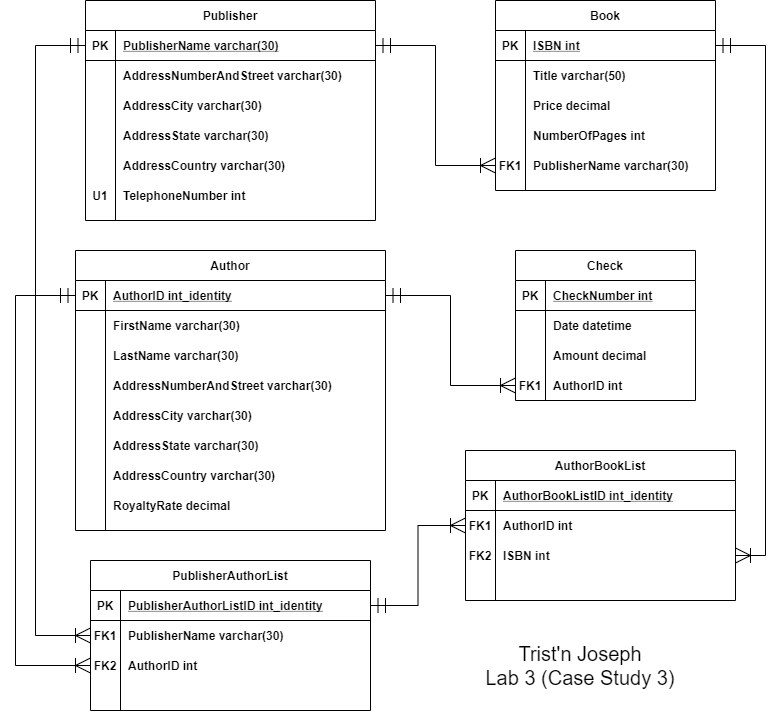
Before: Lab 3/Lab 03 - Logical Modeling (Case Study 3).png, a diagram exported from draw.io (trisxcj1/SyracuseUniversity_IST659). Source tidied: cells renumbered, new cells last; positions are measured from the earlier drawing's top-left corner, leaving out a move shared by most shapes.
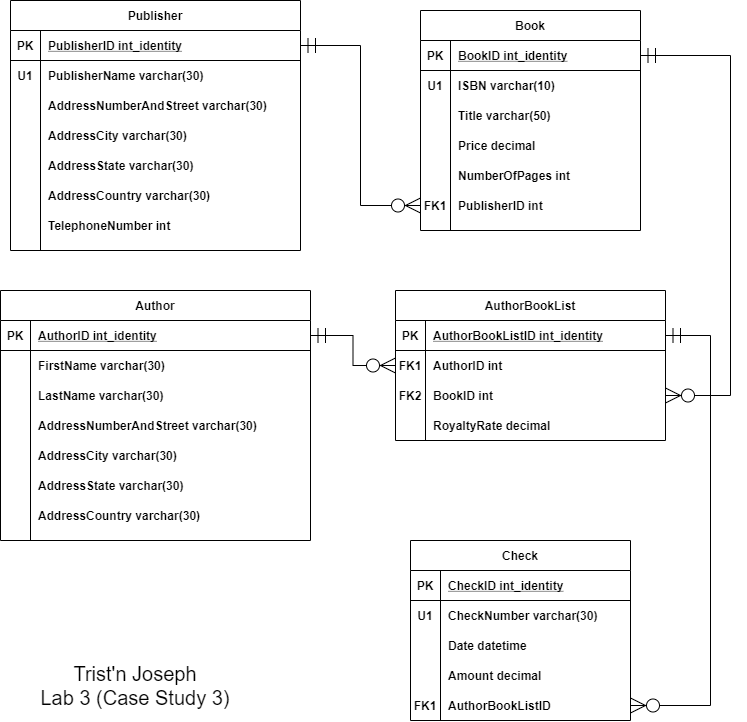
The same file after the commit.

Commit message:
I think this is correct based on live sesh 2 with G Block

Change to the diagram source:
```diff
@@ -5,3 +5,3 @@
     <mxCell id="2" value="Publisher" style="shape=table;startSize=30;rowLines=0;fontStyle=1;align=center;" parent="1" vertex="1">
-      <mxGeometry x="70" width="290" height="220" as="geometry" />
+      <mxGeometry x="70" y="-10" width="290" height="250" as="geometry" />
     </mxCell>
@@ -13,3 +13,3 @@
     </mxCell>
-    <mxCell id="5" value="PublisherName varchar(30)" style="shape=partialRectangle;fillColor=none;top=0;left=0;bottom=0;right=0;align=left;spacingLeft=6;fontStyle=5;overflow=hidden;" parent="3" vertex="1">
+    <mxCell id="5" value="PublisherID int_identity" style="shape=partialRectangle;fillColor=none;top=0;left=0;bottom=0;right=0;align=left;spacingLeft=6;fontStyle=5;overflow=hidden;" parent="3" vertex="1">
       <mxGeometry x="30" width="260" height="30" as="geometry" />
@@ -19,10 +19,19 @@
     </mxCell>
-    <mxCell id="7" style="shape=partialRectangle;fillColor=none;top=0;left=0;bottom=0;right=0;overflow=hidden;" parent="6" vertex="1">
+    <mxCell id="7" value="U1" style="shape=partialRectangle;fillColor=none;top=0;left=0;bottom=0;right=0;overflow=hidden;fontStyle=1;" parent="6" vertex="1">
       <mxGeometry width="30" height="30" as="geometry" />
     </mxCell>
-    <mxCell id="8" value="AddressNumberAndStreet varchar(30)" style="shape=partialRectangle;fillColor=none;top=0;left=0;bottom=0;right=0;align=left;spacingLeft=6;overflow=hidden;fontStyle=1;" parent="6" vertex="1">
+    <mxCell id="8" value="PublisherName varchar(30)" style="shape=partialRectangle;fillColor=none;top=0;left=0;bottom=0;right=0;align=left;spacingLeft=6;overflow=hidden;fontStyle=1;" parent="6" vertex="1">
       <mxGeometry x="30" width="260" height="30" as="geometry" />
     </mxCell>
+    <mxCell id="108" style="shape=partialRectangle;fillColor=none;top=0;left=0;bottom=0;right=0;" parent="2" vertex="1">
+      <mxGeometry y="90" width="290" height="30" as="geometry" />
+    </mxCell>
+    <mxCell id="109" style="shape=partialRectangle;fillColor=none;top=0;left=0;bottom=0;right=0;overflow=hidden;" parent="108" vertex="1">
+      <mxGeometry width="30" height="30" as="geometry" />
+    </mxCell>
+    <mxCell id="110" value="AddressNumberAndStreet varchar(30)" style="shape=partialRectangle;fillColor=none;top=0;left=0;bottom=0;right=0;align=left;spacingLeft=6;overflow=hidden;fontStyle=1;" parent="108" vertex="1">
+      <mxGeometry x="30" width="260" height="30" as="geometry" />
+    </mxCell>
     <mxCell id="9" style="shape=partialRectangle;fillColor=none;top=0;left=0;bottom=0;right=0;" parent="2" vertex="1">
-      <mxGeometry y="90" width="290" height="30" as="geometry" />
+      <mxGeometry y="120" width="290" height="30" as="geometry" />
     </mxCell>
@@ -35,3 +44,3 @@
     <mxCell id="12" style="shape=partialRectangle;fillColor=none;top=0;left=0;bottom=0;right=0;" parent="2" vertex="1">
-      <mxGeometry y="120" width="290" height="30" as="geometry" />
+      <mxGeometry y="150" width="290" height="30" as="geometry" />
     </mxCell>
@@ -44,3 +53,3 @@
     <mxCell id="15" style="shape=partialRectangle;fillColor=none;top=0;left=0;bottom=0;right=0;" parent="2" vertex="1">
-      <mxGeometry y="150" width="290" height="30" as="geometry" />
+      <mxGeometry y="180" width="290" height="30" as="geometry" />
     </mxCell>
@@ -53,5 +62,5 @@
     <mxCell id="18" style="shape=partialRectangle;fillColor=none;top=0;left=0;bottom=0;right=0;" parent="2" vertex="1">
-      <mxGeometry y="180" width="290" height="30" as="geometry" />
+      <mxGeometry y="210" width="290" height="30" as="geometry" />
     </mxCell>
-    <mxCell id="19" value="U1" style="shape=partialRectangle;fillColor=none;top=0;left=0;bottom=0;right=0;overflow=hidden;fontStyle=1;" parent="18" vertex="1">
+    <mxCell id="19" style="shape=partialRectangle;fillColor=none;top=0;left=0;bottom=0;right=0;overflow=hidden;fontStyle=1;" parent="18" vertex="1">
       <mxGeometry width="30" height="30" as="geometry" />
@@ -62,3 +71,3 @@
     <mxCell id="21" value="Author" style="shape=table;startSize=30;rowLines=0;fontStyle=1;align=center;" parent="1" vertex="1">
-      <mxGeometry x="60" y="250" width="310" height="280" as="geometry" />
+      <mxGeometry x="60" y="280" width="310" height="250" as="geometry" />
     </mxCell>
@@ -127,13 +136,4 @@
     </mxCell>
-    <mxCell id="43" style="shape=partialRectangle;fillColor=none;top=0;left=0;bottom=0;right=0;" parent="21" vertex="1">
-      <mxGeometry y="240" width="310" height="30" as="geometry" />
-    </mxCell>
-    <mxCell id="44" style="shape=partialRectangle;fillColor=none;top=0;left=0;bottom=0;right=0;overflow=hidden;" parent="43" vertex="1">
-      <mxGeometry width="30" height="30" as="geometry" />
-    </mxCell>
-    <mxCell id="45" value="RoyaltyRate decimal" style="shape=partialRectangle;fillColor=none;top=0;left=0;bottom=0;right=0;align=left;spacingLeft=6;overflow=hidden;fontStyle=1;" parent="43" vertex="1">
-      <mxGeometry x="30" width="280" height="30" as="geometry" />
-    </mxCell>
     <mxCell id="46" value="Book" style="shape=table;startSize=30;rowLines=0;fontStyle=1;align=center;" parent="1" vertex="1">
-      <mxGeometry x="480" width="220" height="190" as="geometry" />
+      <mxGeometry x="480" width="220" height="220" as="geometry" />
     </mxCell>
@@ -145,3 +145,3 @@
     </mxCell>
-    <mxCell id="49" value="ISBN int" style="shape=partialRectangle;fillColor=none;top=0;left=0;bottom=0;right=0;align=left;spacingLeft=6;fontStyle=5;overflow=hidden;" parent="47" vertex="1">
+    <mxCell id="49" value="BookID int_identity" style="shape=partialRectangle;fillColor=none;top=0;left=0;bottom=0;right=0;align=left;spacingLeft=6;fontStyle=5;overflow=hidden;" parent="47" vertex="1">
       <mxGeometry x="30" width="190" height="30" as="geometry" />
@@ -151,10 +151,19 @@
     </mxCell>
-    <mxCell id="51" style="shape=partialRectangle;fillColor=none;top=0;left=0;bottom=0;right=0;overflow=hidden;" parent="50" vertex="1">
+    <mxCell id="51" value="U1" style="shape=partialRectangle;fillColor=none;top=0;left=0;bottom=0;right=0;overflow=hidden;fontStyle=1;" parent="50" vertex="1">
       <mxGeometry width="30" height="30" as="geometry" />
     </mxCell>
-    <mxCell id="52" value="Title varchar(50)" style="shape=partialRectangle;fillColor=none;top=0;left=0;bottom=0;right=0;align=left;spacingLeft=6;overflow=hidden;fontStyle=1;" parent="50" vertex="1">
+    <mxCell id="52" value="ISBN varchar(10)" style="shape=partialRectangle;fillColor=none;top=0;left=0;bottom=0;right=0;align=left;spacingLeft=6;overflow=hidden;fontStyle=1;" parent="50" vertex="1">
       <mxGeometry x="30" width="190" height="30" as="geometry" />
     </mxCell>
+    <mxCell id="111" style="shape=partialRectangle;fillColor=none;top=0;left=0;bottom=0;right=0;" parent="46" vertex="1">
+      <mxGeometry y="90" width="220" height="30" as="geometry" />
+    </mxCell>
+    <mxCell id="112" style="shape=partialRectangle;fillColor=none;top=0;left=0;bottom=0;right=0;overflow=hidden;" parent="111" vertex="1">
+      <mxGeometry width="30" height="30" as="geometry" />
+    </mxCell>
+    <mxCell id="113" value="Title varchar(50)" style="shape=partialRectangle;fillColor=none;top=0;left=0;bottom=0;right=0;align=left;spacingLeft=6;overflow=hidden;fontStyle=1;" parent="111" vertex="1">
+      <mxGeometry x="30" width="190" height="30" as="geometry" />
+    </mxCell>
     <mxCell id="53" style="shape=partialRectangle;fillColor=none;top=0;left=0;bottom=0;right=0;" parent="46" vertex="1">
-      <mxGeometry y="90" width="220" height="30" as="geometry" />
+      <mxGeometry y="120" width="220" height="30" as="geometry" />
     </mxCell>
@@ -167,3 +176,3 @@
     <mxCell id="56" style="shape=partialRectangle;fillColor=none;top=0;left=0;bottom=0;right=0;" parent="46" vertex="1">
-      <mxGeometry y="120" width="220" height="30" as="geometry" />
+      <mxGeometry y="150" width="220" height="30" as="geometry" />
     </mxCell>
@@ -176,3 +185,3 @@
     <mxCell id="59" style="shape=partialRectangle;fillColor=none;top=0;left=0;bottom=0;right=0;points=[[0,0.5],[1,0.5]];portConstraint=eastwest;" parent="46" vertex="1">
-      <mxGeometry y="150" width="220" height="30" as="geometry" />
+      <mxGeometry y="180" width="220" height="30" as="geometry" />
     </mxCell>
@@ -181,3 +190,3 @@
     </mxCell>
-    <mxCell id="61" value="PublisherName varchar(30)" style="shape=partialRectangle;fillColor=none;top=0;left=0;bottom=0;right=0;align=left;spacingLeft=6;overflow=hidden;fontStyle=1;" parent="59" vertex="1">
+    <mxCell id="61" value="PublisherID int" style="shape=partialRectangle;fillColor=none;top=0;left=0;bottom=0;right=0;align=left;spacingLeft=6;overflow=hidden;fontStyle=1;" parent="59" vertex="1">
       <mxGeometry x="30" width="190" height="30" as="geometry" />
@@ -185,6 +194,6 @@
     <mxCell id="62" value="Check" style="shape=table;startSize=30;rowLines=0;fontStyle=1;align=center;" parent="1" vertex="1">
-      <mxGeometry x="500" y="250" width="180" height="150" as="geometry" />
+      <mxGeometry x="470" y="530" width="220" height="180" as="geometry" />
     </mxCell>
     <mxCell id="63" style="shape=partialRectangle;fillColor=none;top=0;left=0;bottom=1;right=0;" parent="62" vertex="1">
-      <mxGeometry y="30" width="180" height="30" as="geometry" />
+      <mxGeometry y="30" width="220" height="30" as="geometry" />
     </mxCell>
@@ -193,7 +202,16 @@
     </mxCell>
-    <mxCell id="65" value="CheckNumber int" style="shape=partialRectangle;fillColor=none;top=0;left=0;bottom=0;right=0;align=left;spacingLeft=6;fontStyle=5;overflow=hidden;" parent="63" vertex="1">
-      <mxGeometry x="30" width="150" height="30" as="geometry" />
+    <mxCell id="65" value="CheckID int_identity" style="shape=partialRectangle;fillColor=none;top=0;left=0;bottom=0;right=0;align=left;spacingLeft=6;fontStyle=5;overflow=hidden;" parent="63" vertex="1">
+      <mxGeometry x="30" width="190" height="30" as="geometry" />
     </mxCell>
+    <mxCell id="114" style="shape=partialRectangle;fillColor=none;top=0;left=0;bottom=0;right=0;" parent="62" vertex="1">
+      <mxGeometry y="60" width="220" height="30" as="geometry" />
+    </mxCell>
+    <mxCell id="115" value="U1" style="shape=partialRectangle;fillColor=none;top=0;left=0;bottom=0;right=0;overflow=hidden;fontStyle=1;" parent="114" vertex="1">
+      <mxGeometry width="30" height="30" as="geometry" />
+    </mxCell>
+    <mxCell id="116" value="CheckNumber varchar(30)" style="shape=partialRectangle;fillColor=none;top=0;left=0;bottom=0;right=0;align=left;spacingLeft=6;overflow=hidden;fontStyle=1;" parent="114" vertex="1">
+      <mxGeometry x="30" width="190" height="30" as="geometry" />
+    </mxCell>
     <mxCell id="66" style="shape=partialRectangle;fillColor=none;top=0;left=0;bottom=0;right=0;" parent="62" vertex="1">
-      <mxGeometry y="60" width="180" height="30" as="geometry" />
+      <mxGeometry y="90" width="220" height="30" as="geometry" />
     </mxCell>
@@ -203,6 +221,6 @@
     <mxCell id="68" value="Date datetime" style="shape=partialRectangle;fillColor=none;top=0;left=0;bottom=0;right=0;align=left;spacingLeft=6;overflow=hidden;fontStyle=1;" parent="66" vertex="1">
-      <mxGeometry x="30" width="150" height="30" as="geometry" />
+      <mxGeometry x="30" width="190" height="30" as="geometry" />
     </mxCell>
     <mxCell id="69" style="shape=partialRectangle;fillColor=none;top=0;left=0;bottom=0;right=0;" parent="62" vertex="1">
-      <mxGeometry y="90" width="180" height="30" as="geometry" />
+      <mxGeometry y="120" width="220" height="30" as="geometry" />
     </mxCell>
@@ -212,76 +230,15 @@
     <mxCell id="71" value="Amount decimal" style="shape=partialRectangle;fillColor=none;top=0;left=0;bottom=0;right=0;align=left;spacingLeft=6;overflow=hidden;fontStyle=1;" parent="69" vertex="1">
-      <mxGeometry x="30" width="150" height="30" as="geometry" />
+      <mxGeometry x="30" width="190" height="30" as="geometry" />
     </mxCell>
-    <mxCell id="72" style="shape=partialRectangle;fillColor=none;top=0;left=0;bottom=0;right=0;points=[[0,0.5],[1,0.5]];portConstraint=eastwest;" parent="62" vertex="1">
-      <mxGeometry y="120" width="180" height="30" as="geometry" />
-    </mxCell>
-    <mxCell id="73" value="FK1" style="shape=partialRectangle;fillColor=none;top=0;left=0;bottom=0;right=0;overflow=hidden;fontStyle=1;" parent="72" vertex="1">
-      <mxGeometry width="30" height="30" as="geometry" />
-    </mxCell>
-    <mxCell id="74" value="AuthorID int" style="shape=partialRectangle;fillColor=none;top=0;left=0;bottom=0;right=0;align=left;spacingLeft=6;overflow=hidden;fontStyle=1;" parent="72" vertex="1">
-      <mxGeometry x="30" width="150" height="30" as="geometry" />
-    </mxCell>
-    <mxCell id="75" value="PublisherAuthorList" style="shape=table;startSize=30;rowLines=0;fontStyle=1;align=center;" parent="1" vertex="1">
-      <mxGeometry x="75" y="560" width="280" height="150" as="geometry" />
-    </mxCell>
-    <mxCell id="76" style="shape=partialRectangle;fillColor=none;top=0;left=0;bottom=1;right=0;points=[[0,0.5],[1,0.5]];portConstraint=eastwest;" parent="75" vertex="1">
-      <mxGeometry y="30" width="280" height="30" as="geometry" />
-    </mxCell>
-    <mxCell id="77" value="PK" style="shape=partialRectangle;fillColor=none;top=0;left=0;bottom=0;right=0;fontStyle=1;overflow=hidden;" parent="76" vertex="1">
-      <mxGeometry width="30" height="30" as="geometry" />
-    </mxCell>
-    <mxCell id="78" value="PublisherAuthorListID int_identity" style="shape=partialRectangle;fillColor=none;top=0;left=0;bottom=0;right=0;align=left;spacingLeft=6;fontStyle=5;overflow=hidden;" parent="76" vertex="1">
-      <mxGeometry x="30" width="250" height="30" as="geometry" />
-    </mxCell>
-    <mxCell id="79" style="shape=partialRectangle;fillColor=none;top=0;left=0;bottom=0;right=0;points=[[0,0.5],[1,0.5]];portConstraint=eastwest;" parent="75" vertex="1">
-      <mxGeometry y="60" width="280" height="30" as="geometry" />
-    </mxCell>
-    <mxCell id="80" value="FK1" style="shape=partialRectangle;fillColor=none;top=0;left=0;bottom=0;right=0;overflow=hidden;fontStyle=1;" parent="79" vertex="1">
-      <mxGeometry width="30" height="30" as="geometry" />
-    </mxCell>
-    <mxCell id="81" value="PublisherName varchar(30)" style="shape=partialRectangle;fillColor=none;top=0;left=0;bottom=0;right=0;align=left;spacingLeft=6;overflow=hidden;fontStyle=1;" parent="79" vertex="1">
-      <mxGeometry x="30" width="250" height="30" as="geometry" />
-    </mxCell>
-    <mxCell id="82" style="shape=partialRectangle;fillColor=none;top=0;left=0;bottom=0;right=0;points=[[0,0.5],[1,0.5]];portConstraint=eastwest;" parent="75" vertex="1">
-      <mxGeometry y="90" width="280" height="30" as="geometry" />
-    </mxCell>
-    <mxCell id="83" value="FK2" style="shape=partialRectangle;fillColor=none;top=0;left=0;bottom=0;right=0;overflow=hidden;fontStyle=1;" parent="82" vertex="1">
-      <mxGeometry width="30" height="30" as="geometry" />
-    </mxCell>
-    <mxCell id="84" value="AuthorID int" style="shape=partialRectangle;fillColor=none;top=0;left=0;bottom=0;right=0;align=left;spacingLeft=6;overflow=hidden;fontStyle=1;" parent="82" vertex="1">
-      <mxGeometry x="30" width="250" height="30" as="geometry" />
-    </mxCell>
-    <mxCell id="85" style="shape=partialRectangle;fillColor=none;top=0;left=0;bottom=0;right=0;" parent="75" vertex="1">
-      <mxGeometry y="120" width="280" height="30" as="geometry" />
-    </mxCell>
-    <mxCell id="86" style="shape=partialRectangle;fillColor=none;top=0;left=0;bottom=0;right=0;overflow=hidden;" parent="85" vertex="1">
-      <mxGeometry width="30" height="30" as="geometry" />
-    </mxCell>
-    <mxCell id="87" style="shape=partialRectangle;fillColor=none;top=0;left=0;bottom=0;right=0;align=left;spacingLeft=6;overflow=hidden;" parent="85" vertex="1">
-      <mxGeometry x="30" width="250" height="30" as="geometry" />
-    </mxCell>
-    <mxCell id="88" style="edgeStyle=orthogonalEdgeStyle;rounded=0;jettySize=auto;html=1;startArrow=ERmandOne;startFill=0;endSize=13;startSize=13;endArrow=ERoneToMany;endFill=0;" parent="1" edge="1" source="3" target="79">
-      <mxGeometry relative="1" as="geometry">
-        <Array as="points">
-          <mxPoint x="20" y="45" />
-          <mxPoint x="20" y="635" />
-        </Array>
-      </mxGeometry>
-    </mxCell>
-    <mxCell id="89" style="edgeStyle=orthogonalEdgeStyle;rounded=0;jettySize=auto;html=1;startArrow=ERmandOne;startFill=0;endArrow=ERoneToMany;endFill=0;endSize=13;startSize=13;" parent="1" edge="1" source="22" target="82">
-      <mxGeometry relative="1" as="geometry">
-        <Array as="points">
-          <mxPoint y="295" />
-          <mxPoint y="665" />
-        </Array>
-      </mxGeometry>
-    </mxCell>
-    <mxCell id="90" style="edgeStyle=orthogonalEdgeStyle;rounded=0;jettySize=auto;html=1;startArrow=ERmandOne;startFill=0;startSize=13;endArrow=ERoneToMany;endFill=0;endSize=13;" parent="1" edge="1" source="3" target="59">
-      <mxGeometry relative="1" as="geometry" />
-    </mxCell>
-    <mxCell id="91" style="edgeStyle=orthogonalEdgeStyle;rounded=0;jettySize=auto;html=1;startArrow=ERmandOne;startFill=0;startSize=13;endArrow=ERoneToMany;endFill=0;endSize=13;" parent="1" edge="1" source="22" target="72">
-      <mxGeometry relative="1" as="geometry" />
-    </mxCell>
+    <mxCell id="117" style="shape=partialRectangle;fillColor=none;top=0;left=0;bottom=0;right=0;points=[[0,0.5],[1,0.5]];portConstraint=eastwest;" parent="62" vertex="1">
+      <mxGeometry y="150" width="220" height="30" as="geometry" />
+    </mxCell>
+    <mxCell id="118" value="FK1" style="shape=partialRectangle;fillColor=none;top=0;left=0;bottom=0;right=0;overflow=hidden;fontStyle=1;" parent="117" vertex="1">
+      <mxGeometry width="30" height="30" as="geometry" />
+    </mxCell>
+    <mxCell id="119" value="AuthorBookListID" style="shape=partialRectangle;fillColor=none;top=0;left=0;bottom=0;right=0;align=left;spacingLeft=6;overflow=hidden;fontStyle=1;" parent="117" vertex="1">
+      <mxGeometry x="30" width="190" height="30" as="geometry" />
+    </mxCell>
     <mxCell id="92" value="AuthorBookList" style="shape=table;startSize=30;rowLines=0;fontStyle=1;align=center;" parent="1" vertex="1">
-      <mxGeometry x="450" y="450" width="270" height="150" as="geometry" />
+      <mxGeometry x="455" y="280" width="270" height="150" as="geometry" />
     </mxCell>
@@ -311,3 +268,3 @@
     </mxCell>
-    <mxCell id="101" value="ISBN int" style="shape=partialRectangle;fillColor=none;top=0;left=0;bottom=0;right=0;align=left;spacingLeft=6;overflow=hidden;fontStyle=1;" parent="99" vertex="1">
+    <mxCell id="101" value="BookID int" style="shape=partialRectangle;fillColor=none;top=0;left=0;bottom=0;right=0;align=left;spacingLeft=6;overflow=hidden;fontStyle=1;" parent="99" vertex="1">
       <mxGeometry x="30" width="240" height="30" as="geometry" />
@@ -320,10 +277,16 @@
     </mxCell>
-    <mxCell id="104" style="shape=partialRectangle;fillColor=none;top=0;left=0;bottom=0;right=0;align=left;spacingLeft=6;overflow=hidden;" parent="102" vertex="1">
+    <mxCell id="104" value="RoyaltyRate decimal" style="shape=partialRectangle;fillColor=none;top=0;left=0;bottom=0;right=0;align=left;spacingLeft=6;overflow=hidden;fontStyle=1;" parent="102" vertex="1">
       <mxGeometry x="30" width="240" height="30" as="geometry" />
     </mxCell>
+    <mxCell id="107" value="Trist'n Joseph&lt;br style=&quot;font-size: 20px&quot;&gt;Lab 3 (Case Study 3)" style="text;html=1;strokeColor=none;fillColor=none;align=center;verticalAlign=middle;whiteSpace=wrap;rounded=0;fontSize=20;" parent="1" vertex="1">
+      <mxGeometry x="90" y="650" width="210" height="50" as="geometry" />
+    </mxCell>
+    <mxCell id="90" style="edgeStyle=orthogonalEdgeStyle;rounded=0;jettySize=auto;html=1;endSize=13;startSize=13;startArrow=ERmandOne;startFill=0;endArrow=ERzeroToMany;endFill=1;" parent="1" edge="1" source="3" target="59">
+      <mxGeometry relative="1" as="geometry" />
+    </mxCell>
-    <mxCell id="105" style="edgeStyle=orthogonalEdgeStyle;rounded=0;jettySize=auto;html=1;startArrow=ERmandOne;startFill=0;startSize=13;endArrow=ERoneToMany;endFill=0;endSize=13;" parent="1" edge="1" source="47" target="99">
+    <mxCell id="105" style="edgeStyle=orthogonalEdgeStyle;rounded=0;jettySize=auto;html=1;startArrow=ERmandOne;startFill=0;startSize=13;endArrow=ERzeroToMany;endFill=1;endSize=13;" parent="1" edge="1" source="47" target="99">
       <mxGeometry relative="1" as="geometry">
         <Array as="points">
-          <mxPoint x="750" y="45" />
-          <mxPoint x="750" y="555" />
+          <mxPoint x="790" y="45" />
+          <mxPoint x="790" y="385" />
         </Array>
@@ -331,8 +294,13 @@
     </mxCell>
-    <mxCell id="106" style="edgeStyle=orthogonalEdgeStyle;rounded=0;jettySize=auto;html=1;startArrow=ERmandOne;startFill=0;startSize=13;endArrow=ERoneToMany;endFill=0;endSize=13;" parent="1" edge="1" source="76" target="96">
-      <mxGeometry relative="1" as="geometry" />
-    </mxCell>
-    <mxCell id="107" value="Trist'n Joseph&lt;br style=&quot;font-size: 20px&quot;&gt;Lab 3 (Case Study 3)" style="text;html=1;strokeColor=none;fillColor=none;align=center;verticalAlign=middle;whiteSpace=wrap;rounded=0;fontSize=20;" parent="1" vertex="1">
-      <mxGeometry x="460" y="640" width="210" height="50" as="geometry" />
-    </mxCell>
+    <mxCell id="120" style="edgeStyle=orthogonalEdgeStyle;rounded=0;jettySize=auto;html=1;startArrow=ERmandOne;startFill=0;startSize=13;endArrow=ERzeroToMany;endFill=1;endSize=13;" parent="1" edge="1" source="22" target="96">
+      <mxGeometry relative="1" as="geometry" />
+    </mxCell>
+    <mxCell id="121" style="edgeStyle=orthogonalEdgeStyle;rounded=0;jettySize=auto;html=1;startArrow=ERmandOne;startFill=0;startSize=13;endArrow=ERzeroToMany;endFill=1;endSize=13;" parent="1" edge="1" source="93" target="117">
+      <mxGeometry relative="1" as="geometry">
+        <Array as="points">
+          <mxPoint x="770" y="325" />
+          <mxPoint x="770" y="695" />
+        </Array>
+      </mxGeometry>
+    </mxCell>
   </root>
```
